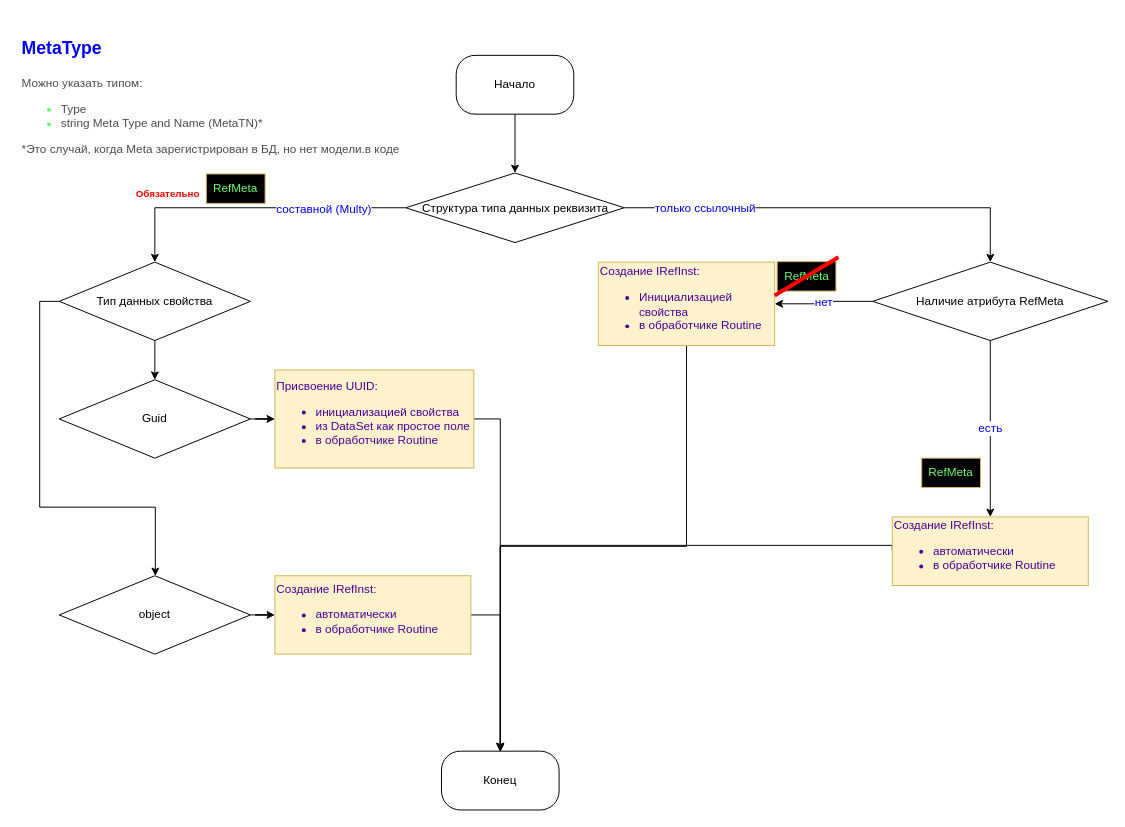
This is page "Атрибуты ссылочных типов" (1 of 2) of Ссылочные типы 1С v3.drawio from tkadm/-, a draw.io file, before an edit. Source tidied: cells renumbered, new cells numbered last; positions are measured from the earlier drawing's top-left corner, leaving out a move shared by most shapes. Both pictures are drawn from the tidied source at 98%, with x=0, y=0 at pixel (17, 26).
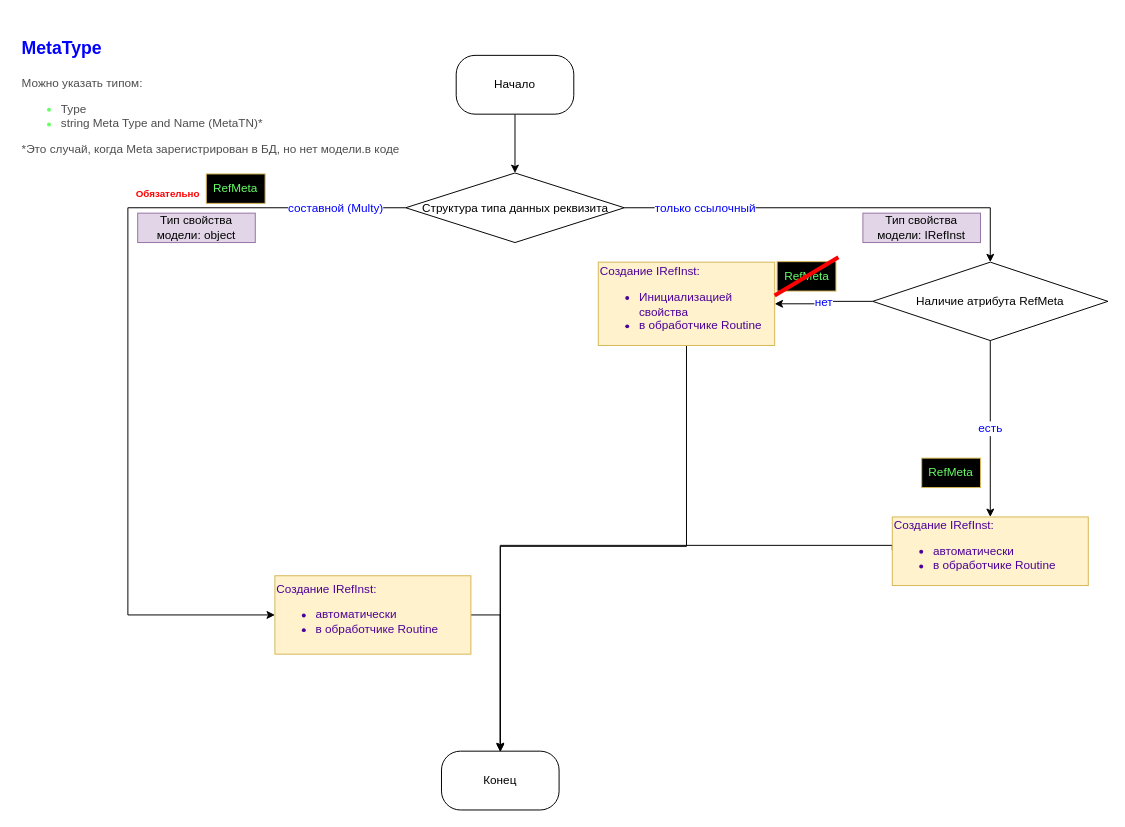
The same page after the edit.

Unchanged cells that the change refers to:
```xml
<mxCell id="4" value="Конец" style="rounded=1;whiteSpace=wrap;html=1;arcSize=32;" parent="1" vertex="1">
  <mxGeometry x="433" y="739" width="120" height="60" as="geometry" />
</mxCell>
<mxCell id="7" value="Структура типа данных реквизита" style="rhombus;whiteSpace=wrap;html=1;rounded=0;arcSize=0;fontStyle=0;verticalAlign=middle;horizontal=1;" parent="1" vertex="1">
  <mxGeometry x="396.5" y="149" width="223" height="71" as="geometry" />
</mxCell>
<mxCell id="25" value="&lt;font color=&quot;#4c0099&quot;&gt;Создание IRefInst:&lt;br&gt;&lt;ul&gt;&lt;li&gt;автоматически&lt;/li&gt;&lt;li&gt;&lt;font color=&quot;#4c0099&quot;&gt;в обработчике Routine&lt;/font&gt;&lt;/li&gt;&lt;/ul&gt;&lt;/font&gt;" style="whiteSpace=wrap;html=1;rounded=0;arcSize=0;fontStyle=0;align=left;fillColor=#fff2cc;strokeColor=#d6b656;" parent="1" vertex="1">
  <mxGeometry x="263" y="560" width="200" height="80" as="geometry" />
</mxCell>
```

The edit, as a diff of the source:
```diff
@@
-    <mxCell id="5" value="составной (Multy)" style="edgeStyle=orthogonalEdgeStyle;rounded=0;jettySize=auto;html=1;fontColor=#0000FF;entryX=0.5;entryY=0;entryDx=0;entryDy=0;fontSize=12;" parent="1" edge="1" source="7" target="16">
-      <mxGeometry x="-0.46" y="1" relative="1" as="geometry" />
+    <mxCell id="5" value="составной (Multy)" style="edgeStyle=orthogonalEdgeStyle;rounded=0;jettySize=auto;html=1;fontColor=#0000FF;entryX=0;entryY=0.5;entryDx=0;entryDy=0;fontSize=12;" parent="1" edge="1" source="7" target="25">
+      <mxGeometry x="-0.83" relative="1" as="geometry">
+        <Array as="points">
+          <mxPoint x="113" y="185" />
+          <mxPoint x="113" y="600" />
+        </Array>
+      </mxGeometry>
     </mxCell>
@@
-    <mxCell id="15" style="edgeStyle=orthogonalEdgeStyle;rounded=0;jettySize=auto;html=1;" parent="1" edge="1" source="16" target="19">
-      <mxGeometry relative="1" as="geometry" />
-    </mxCell>
-    <mxCell id="16" value="Тип данных свойства" style="rhombus;whiteSpace=wrap;html=1;rounded=0;arcSize=0;fontStyle=0;verticalAlign=middle;horizontal=1;" parent="1" vertex="1">
-      <mxGeometry x="43" y="240" width="195" height="80" as="geometry" />
-    </mxCell>
-    <mxCell id="17" style="edgeStyle=orthogonalEdgeStyle;rounded=0;jettySize=auto;html=1;exitX=0;exitY=0.5;exitDx=0;exitDy=0;" parent="1" edge="1" source="16" target="21">
-      <mxGeometry relative="1" as="geometry">
-        <Array as="points">
-          <mxPoint x="23" y="280" />
-          <mxPoint x="23" y="490" />
-          <mxPoint x="141" y="490" />
-        </Array>
-      </mxGeometry>
-    </mxCell>
-    <mxCell id="18" style="edgeStyle=orthogonalEdgeStyle;rounded=0;jettySize=auto;html=1;" parent="1" edge="1" source="19" target="23">
-      <mxGeometry relative="1" as="geometry" />
-    </mxCell>
-    <mxCell id="19" value="Guid" style="rhombus;whiteSpace=wrap;html=1;rounded=0;arcSize=0;fontStyle=0;verticalAlign=middle;horizontal=1;" parent="1" vertex="1">
-      <mxGeometry x="43" y="360" width="195" height="80" as="geometry" />
-    </mxCell>
-    <mxCell id="20" style="edgeStyle=orthogonalEdgeStyle;rounded=0;jettySize=auto;html=1;" parent="1" edge="1" source="21" target="25">
-      <mxGeometry relative="1" as="geometry" />
-    </mxCell>
-    <mxCell id="21" value="object" style="rhombus;whiteSpace=wrap;html=1;rounded=0;arcSize=0;fontStyle=0;verticalAlign=middle;horizontal=1;" parent="1" vertex="1">
-      <mxGeometry x="43" y="560" width="195" height="80" as="geometry" />
-    </mxCell>
-    <mxCell id="22" style="edgeStyle=orthogonalEdgeStyle;rounded=0;jettySize=auto;html=1;exitX=1;exitY=0.5;exitDx=0;exitDy=0;entryX=0.5;entryY=0;entryDx=0;entryDy=0;" parent="1" edge="1" source="23" target="4">
-      <mxGeometry relative="1" as="geometry" />
-    </mxCell>
-    <mxCell id="23" value="Присвоение UUID:&lt;br&gt;&lt;ul&gt;&lt;li&gt;инициализацией свойства&lt;/li&gt;&lt;li&gt;из DataSet как простое поле&lt;/li&gt;&lt;li&gt;в обработчике Routine&lt;/li&gt;&lt;/ul&gt;" style="whiteSpace=wrap;html=1;rounded=0;arcSize=0;fontStyle=0;align=left;fillColor=#fff2cc;strokeColor=#d6b656;fontColor=#4C0099;" parent="1" vertex="1">
-      <mxGeometry x="263" y="350" width="203" height="100" as="geometry" />
-    </mxCell>
@@
+    <mxCell id="34" value="Тип свойства модели: object" style="text;html=1;strokeColor=#9673a6;fillColor=#e1d5e7;align=center;verticalAlign=middle;whiteSpace=wrap;rounded=0;" parent="1" vertex="1">
+      <mxGeometry x="123" y="190" width="120" height="30" as="geometry" />
+    </mxCell>
+    <mxCell id="35" value="Тип свойства модели: IRefInst" style="text;html=1;strokeColor=#9673a6;fillColor=#e1d5e7;align=center;verticalAlign=middle;whiteSpace=wrap;rounded=0;" parent="1" vertex="1">
+      <mxGeometry x="863" y="190" width="120" height="30" as="geometry" />
+    </mxCell>
```
